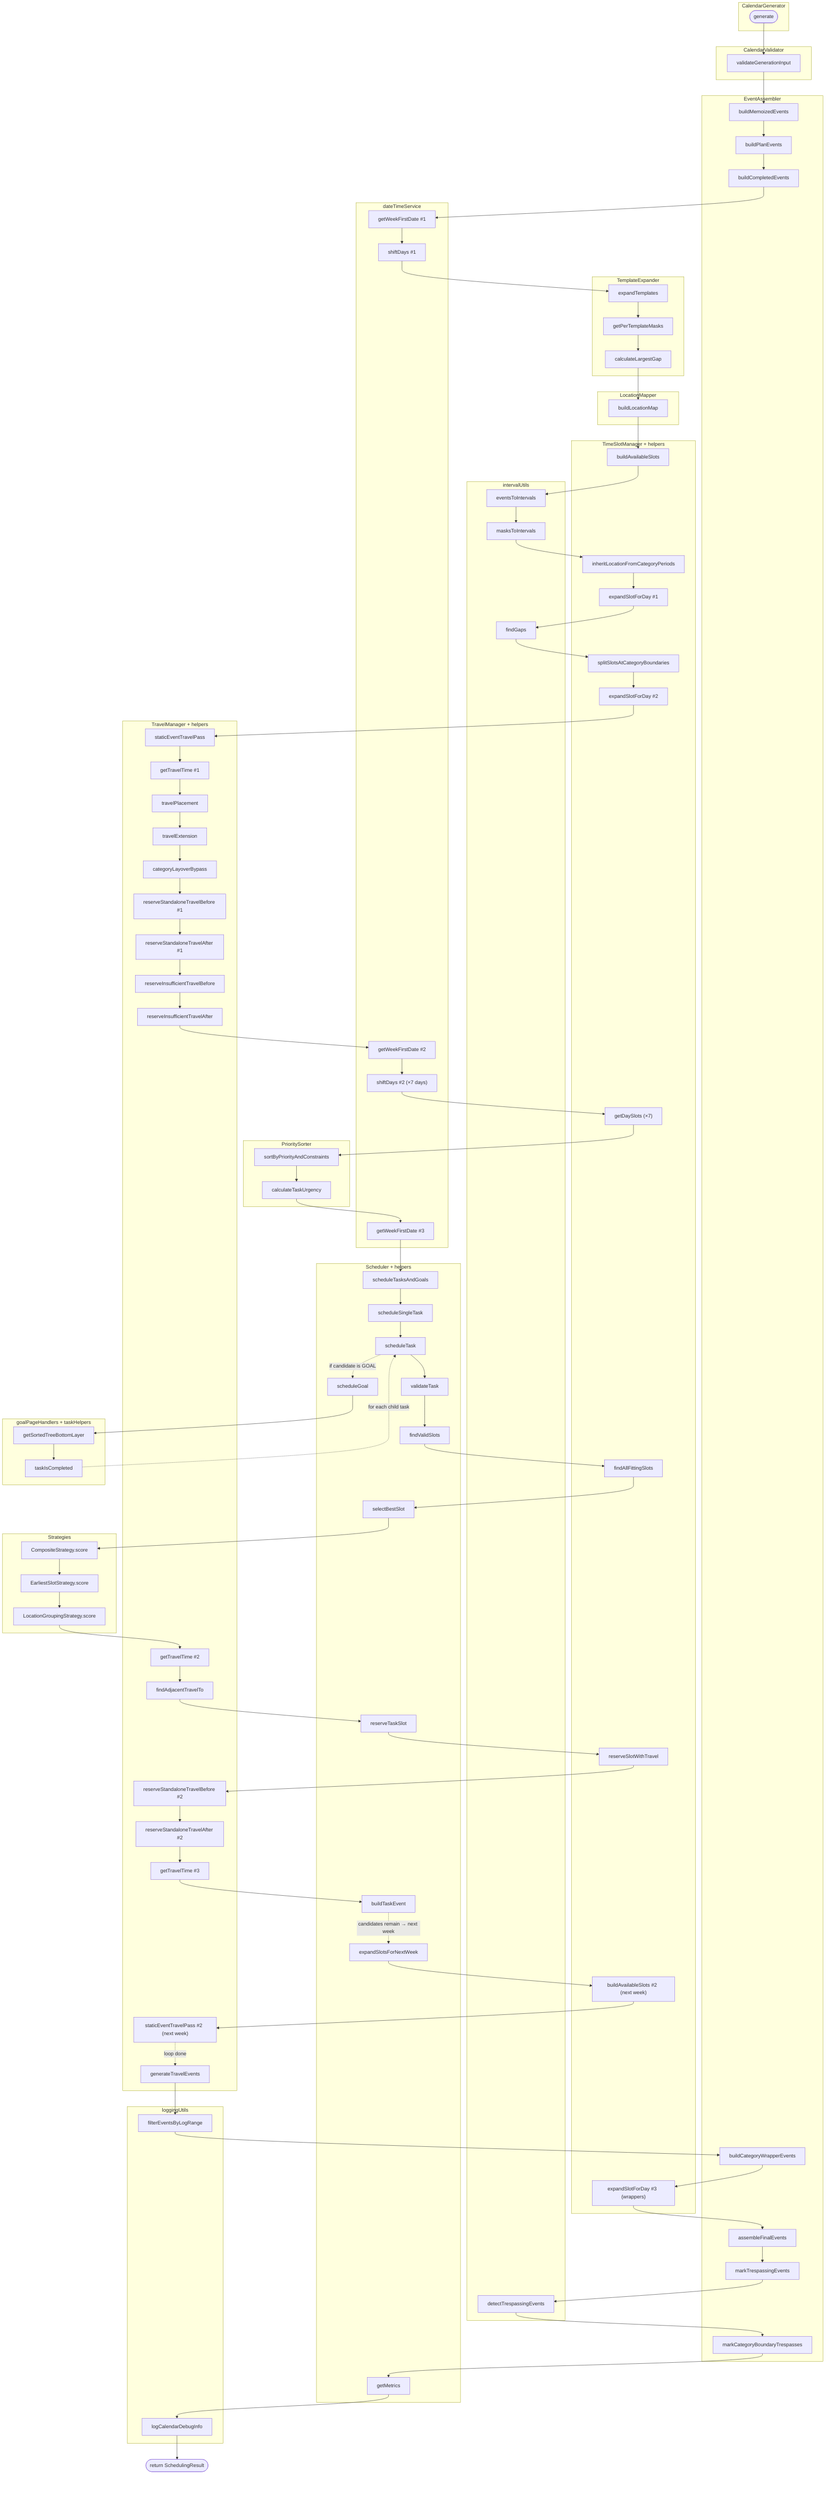
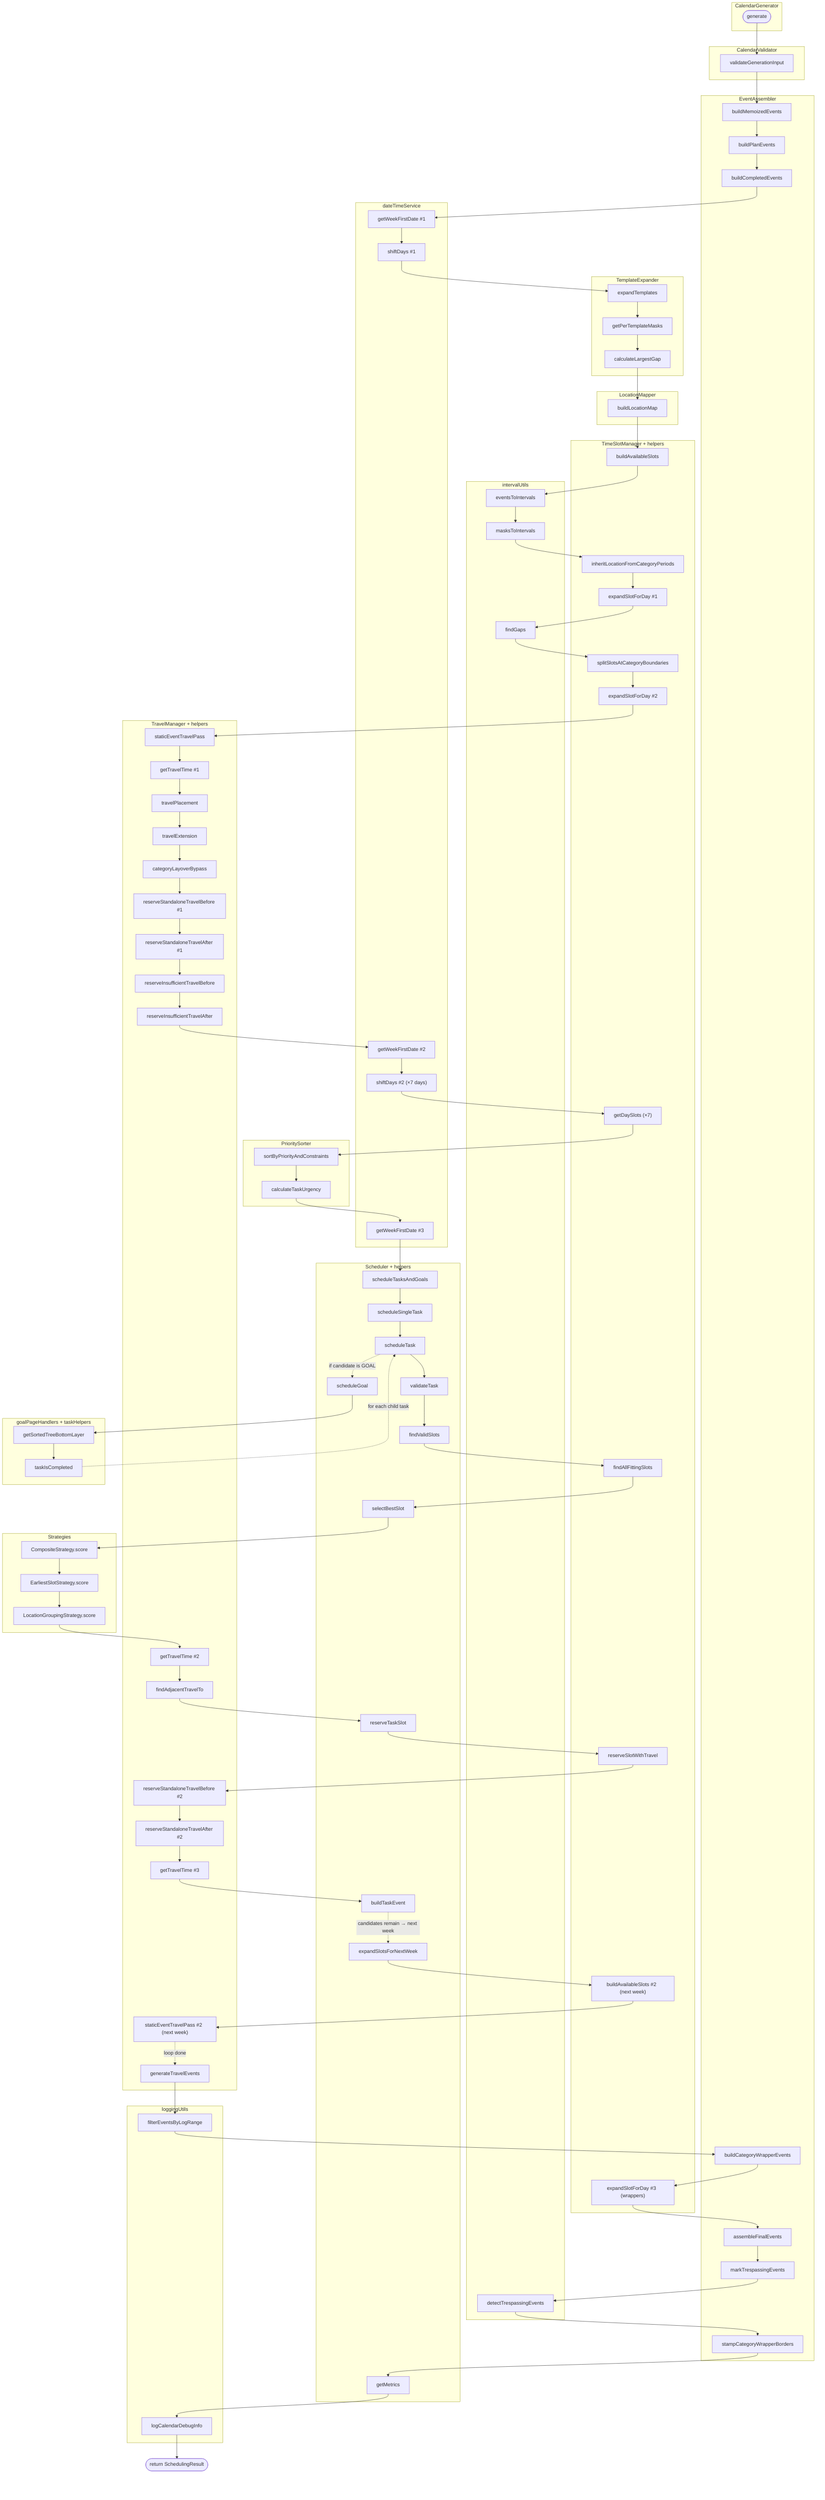
flowchart TD
  %% Each subgraph is a container (class / module).
  %% Function nodes live inside their container.
  %% Every arrow = "what runs next" — follow the line top-to-bottom.
  %% Repeated visits to the same function get a numeric suffix so the trace
  %% stays unambiguous (#1, #2 ... are the same function, called again).

  subgraph CG[CalendarGenerator]
    gen([generate])
  end

  subgraph CV[CalendarValidator]
    cv1[validateGenerationInput]
  end

  subgraph EA[EventAssembler]
    ea1[buildMemoizedEvents]
    ea2[buildPlanEvents]
    ea3[buildCompletedEvents]
    ea4[buildCategoryWrapperEvents]
    ea5[assembleFinalEvents]
    ea6[markTrespassingEvents]
-     ea7[markCategoryBoundaryTrespasses]
+     ea7[stampCategoryWrapperBorders]
  end

  subgraph DT[dateTimeService]
    dt1["getWeekFirstDate #1"]
    dt2["shiftDays #1"]
    dt3["getWeekFirstDate #2"]
    dt4["shiftDays #2  (×7 days)"]
    dt5["getWeekFirstDate #3"]
  end

  subgraph TE[TemplateExpander]
    te1[expandTemplates]
    te2[getPerTemplateMasks]
    te3[calculateLargestGap]
  end

  subgraph LM[LocationMapper]
    lm1[buildLocationMap]
  end

  subgraph TSM[TimeSlotManager  + helpers]
    ts1[buildAvailableSlots]
    ts2[inheritLocationFromCategoryPeriods]
    ts3a["expandSlotForDay #1"]
    ts4[splitSlotsAtCategoryBoundaries]
    ts3b["expandSlotForDay #2"]
    ts5["getDaySlots  (×7)"]
    ts6[findAllFittingSlots]
    ts7[reserveSlotWithTravel]
    ts8["buildAvailableSlots #2  (next week)"]
    ts3c["expandSlotForDay #3  (wrappers)"]
  end

  subgraph IU[intervalUtils]
    iu1[eventsToIntervals]
    iu2[masksToIntervals]
    iu3[findGaps]
    iu4[detectTrespassingEvents]
  end

  subgraph TM[TravelManager  + helpers]
    tm1[staticEventTravelPass]
    tm2["getTravelTime #1"]
    tm3[travelPlacement]
    tm4[travelExtension]
    tm5[categoryLayoverBypass]
    tm6a["reserveStandaloneTravelBefore #1"]
    tm7a["reserveStandaloneTravelAfter #1"]
    tm8[reserveInsufficientTravelBefore]
    tm9[reserveInsufficientTravelAfter]
    tm10["getTravelTime #2"]
    tm11[findAdjacentTravelTo]
    tm6b["reserveStandaloneTravelBefore #2"]
    tm7b["reserveStandaloneTravelAfter #2"]
    tm12["getTravelTime #3"]
    tm13["staticEventTravelPass #2  (next week)"]
    tm14[generateTravelEvents]
  end

  subgraph PS[PrioritySorter]
    ps1[sortByPriorityAndConstraints]
    ps2[calculateTaskUrgency]
  end

  subgraph SCH[Scheduler  + helpers]
    sc1[scheduleTasksAndGoals]
    sc2[scheduleSingleTask]
    sc3[scheduleTask]
    sc4[validateTask]
    sc5[findValidSlots]
    sc6[selectBestSlot]
    sc7[reserveTaskSlot]
    sc8[buildTaskEvent]
    sc9[scheduleGoal]
    sc10[expandSlotsForNextWeek]
    sc11[getMetrics]
  end

  subgraph STR[Strategies]
    st1[CompositeStrategy.score]
    st2[EarliestSlotStrategy.score]
    st3[LocationGroupingStrategy.score]
  end

  subgraph GTH[goalPageHandlers + taskHelpers]
    gt1[getSortedTreeBottomLayer]
    gt2[taskIsCompleted]
  end

  subgraph LOG[loggingUtils]
    lg1[filterEventsByLogRange]
    lg2[logCalendarDebugInfo]
  end

  %% ---------- The trace ----------

  gen --> cv1
  cv1 --> ea1
  ea1 --> ea2
  ea2 --> ea3
  ea3 --> dt1
  dt1 --> dt2
  dt2 --> te1
  te1 --> te2
  te2 --> te3
  te3 --> lm1
  lm1 --> ts1

  %% buildAvailableSlots body
  ts1 --> iu1
  iu1 --> iu2
  iu2 --> ts2
  ts2 --> ts3a
  ts3a --> iu3
  iu3 --> ts4
  ts4 --> ts3b

  %% staticEventTravelPass body
  ts3b --> tm1
  tm1 --> tm2
  tm2 --> tm3
  tm3 --> tm4
  tm4 --> tm5
  tm5 --> tm6a
  tm6a --> tm7a
  tm7a --> tm8
  tm8 --> tm9

  %% prepareSchedulingContext (per-day slot collection)
  tm9 --> dt3
  dt3 --> dt4
  dt4 --> ts5

  %% prepareCandidates
  ts5 --> ps1
  ps1 --> ps2

  %% scheduling loop entry
  ps2 --> dt5
  dt5 --> sc1
  sc1 --> sc2
  sc2 --> sc3

  %% scheduleTask 5-phase pipeline (TASK path)
  sc3 --> sc4
  sc4 --> sc5
  sc5 --> ts6
  ts6 --> sc6
  sc6 --> st1
  st1 --> st2
  st2 --> st3
  st3 --> tm10
  tm10 --> tm11
  tm11 --> sc7
  sc7 --> ts7
  ts7 --> tm6b
  tm6b --> tm7b
  tm7b --> tm12
  tm12 --> sc8

  %% GOAL path branches off scheduleTask and rejoins at expandSlotsForNextWeek
  sc3 -. "if candidate is GOAL" .-> sc9
  sc9 --> gt1
  gt1 --> gt2
  gt2 -. "for each child task" .-> sc3

  %% End-of-iteration: maybe advance a week, then exit loop
  sc8 -. "candidates remain → next week" .-> sc10
  sc10 --> ts8
  ts8 --> tm13
  tm13 -. "loop done" .-> tm14

  %% Finalization
  tm14 --> lg1
  lg1 --> ea4
  ea4 --> ts3c
  ts3c --> ea5
  ea5 --> ea6
  ea6 --> iu4
  iu4 --> ea7
  ea7 --> sc11
  sc11 --> lg2
  lg2 --> done([return SchedulingResult])
